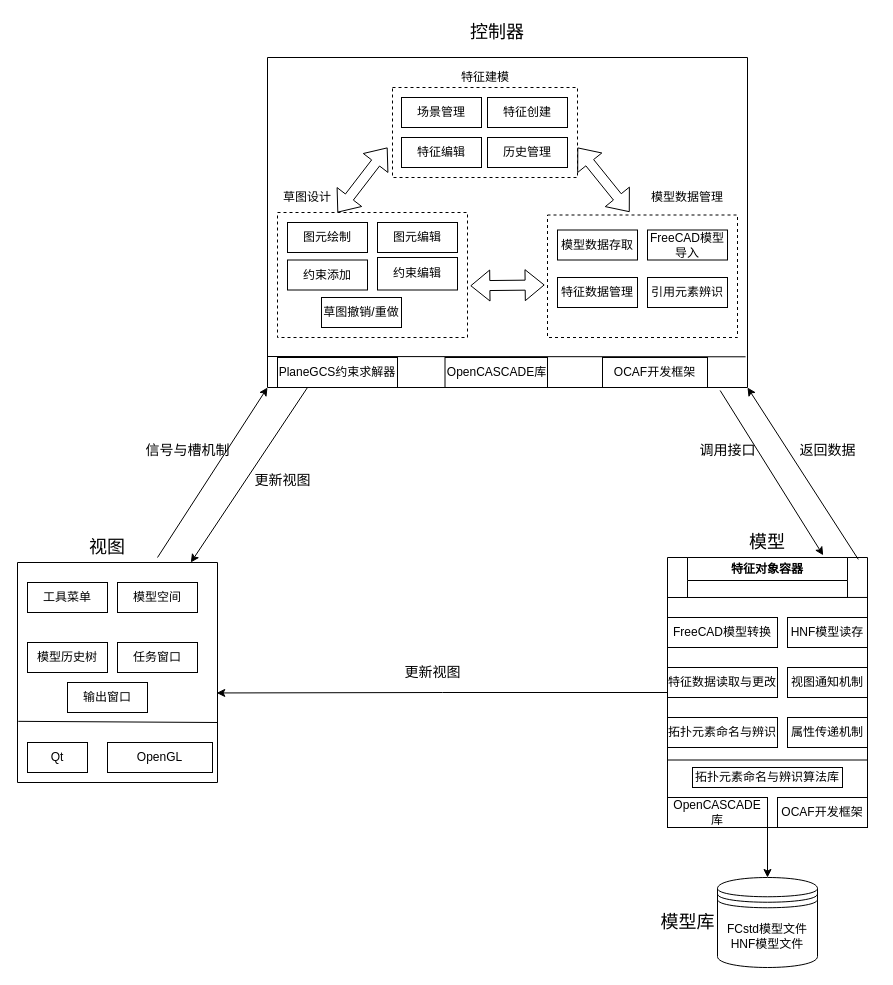
liuhuliuhu123/First-test keeps this draw.io diagram as MVC架构不分层.drawio. Above is the earlier version. Source tidied: cells renumbered, new cells numbered last; positions are measured from the earlier drawing's top-left corner, leaving out a move shared by most shapes. Both pictures are drawn from the tidied source at 100%, with x=0, y=0 at pixel (17, 17).
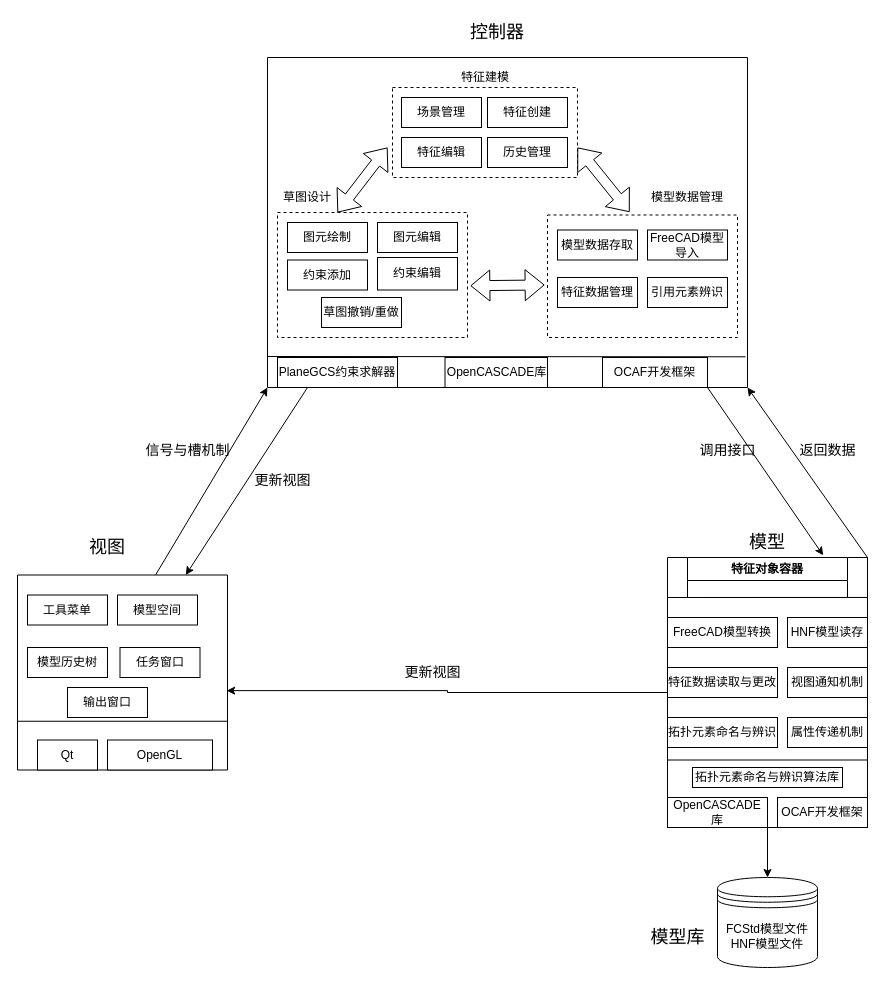
Above is the later version.

Commit message:
更新MVC架构不分层.drawio

Unchanged cells that the change refers to:
```xml
<mxCell id="10" style="swimlane;startSize=0;" parent="1" vertex="1">
  <mxGeometry x="250" y="40" width="480" height="330" as="geometry" />
</mxCell>
<mxCell id="33" value="OCAF开发框架" style="rounded=0;whiteSpace=wrap;html=1;" parent="10" vertex="1">
  <mxGeometry x="335" y="300" width="105" height="30" as="geometry" />
</mxCell>
<mxCell id="38" style="swimlane;startSize=0;" parent="1" vertex="1">
  <mxGeometry x="650" y="540" width="200" height="270" as="geometry" />
</mxCell>
<mxCell id="45" value="特征对象容器" style="swimlane;whiteSpace=wrap;html=1;" parent="38" vertex="1">
  <mxGeometry x="20" width="160" height="40" as="geometry" />
</mxCell>
<mxCell id="47" value="OpenCASCADE库" style="rounded=0;whiteSpace=wrap;html=1;" parent="38" vertex="1">
  <mxGeometry y="240" width="100" height="30" as="geometry" />
</mxCell>
```

Change to the diagram source:
```diff
@@
     <mxCell id="2" style="swimlane;startSize=0;" parent="1" vertex="1">
-      <mxGeometry y="545" width="200" height="220" as="geometry" />
+      <mxGeometry y="557.5" width="210" height="195" as="geometry" />
     </mxCell>
@@
     <mxCell id="5" value="模型历史树" style="rounded=0;whiteSpace=wrap;html=1;" parent="2" vertex="1">
-      <mxGeometry x="10" y="80" width="80" height="30" as="geometry" />
+      <mxGeometry x="10" y="72.5" width="80" height="30" as="geometry" />
     </mxCell>
     <mxCell id="6" value="任务窗口" style="rounded=0;whiteSpace=wrap;html=1;" parent="2" vertex="1">
-      <mxGeometry x="100" y="80" width="80" height="30" as="geometry" />
+      <mxGeometry x="102.5" y="72.5" width="80" height="30" as="geometry" />
     </mxCell>
     <mxCell id="7" value="输出窗口" style="rounded=0;whiteSpace=wrap;html=1;" parent="2" vertex="1">
-      <mxGeometry x="50" y="120" width="80" height="30" as="geometry" />
+      <mxGeometry x="50" y="112.5" width="80" height="30" as="geometry" />
     </mxCell>
     <mxCell id="8" value="Qt" style="rounded=0;whiteSpace=wrap;html=1;" parent="2" vertex="1">
-      <mxGeometry x="10" y="180" width="60" height="30" as="geometry" />
+      <mxGeometry x="20" y="165" width="60" height="30" as="geometry" />
     </mxCell>
     <mxCell id="9" value="OpenGL" style="rounded=0;whiteSpace=wrap;html=1;" parent="2" vertex="1">
-      <mxGeometry x="90" y="180" width="105" height="30" as="geometry" />
+      <mxGeometry x="90" y="165" width="105" height="30" as="geometry" />
     </mxCell>
@@
-    <mxCell id="37" style="edgeStyle=orthogonalEdgeStyle;rounded=0;jettySize=auto;html=1;exitX=0.5;exitY=1;exitDx=0;exitDy=0;entryX=0.5;entryY=0;entryDx=0;entryDy=0;" parent="1" edge="1" source="38" target="55">
+    <mxCell id="37" style="edgeStyle=orthogonalEdgeStyle;rounded=0;jettySize=auto;html=1;entryX=0.5;entryY=0;entryDx=0;entryDy=0;exitX=1;exitY=1;exitDx=0;exitDy=0;" parent="1" edge="1" source="47" target="55">
       <mxGeometry relative="1" as="geometry" />
     </mxCell>
@@
-    <mxCell id="49" style="endArrow=none;html=1;rounded=0;exitX=0.004;exitY=0.722;exitDx=0;exitDy=0;exitPerimeter=0;" parent="1" edge="1" source="2">
-      <mxGeometry relative="1" as="geometry">
-        <mxPoint x="200" y="705" as="targetPoint" />
-      </mxGeometry>
-    </mxCell>
@@
-    <mxCell id="55" value="FCstd模型文件&lt;br&gt;HNF模型文件" style="shape=datastore;whiteSpace=wrap;html=1;" parent="1" vertex="1">
+    <mxCell id="55" value="FCStd模型文件&lt;br&gt;HNF模型文件" style="shape=datastore;whiteSpace=wrap;html=1;" parent="1" vertex="1">
       <mxGeometry x="700" y="860" width="100" height="90" as="geometry" />
     </mxCell>
     <mxCell id="56" value="&lt;font style=&quot;font-size: 18px;&quot;&gt;模型库&lt;/font&gt;" style="text;html=1;align=center;verticalAlign=middle;strokeColor=none;fillColor=none;" parent="1" vertex="1">
-      <mxGeometry x="630" y="885" width="80" height="40" as="geometry" />
+      <mxGeometry x="620" y="900" width="80" height="40" as="geometry" />
     </mxCell>
@@
-    <mxCell id="60" style="endArrow=classic;html=1;rounded=0;entryX=1;entryY=1;entryDx=0;entryDy=0;exitX=0.954;exitY=0.007;exitDx=0;exitDy=0;exitPerimeter=0;" parent="1" edge="1" source="38" target="10">
+    <mxCell id="60" style="endArrow=classic;html=1;rounded=0;entryX=1;entryY=1;entryDx=0;entryDy=0;exitX=1;exitY=0;exitDx=0;exitDy=0;" parent="1" edge="1" source="38" target="10">
       <mxGeometry relative="1" as="geometry" />
     </mxCell>
-    <mxCell id="61" style="endArrow=classic;html=1;rounded=0;exitX=0.943;exitY=1.009;exitDx=0;exitDy=0;exitPerimeter=0;entryX=0.848;entryY=-0.055;entryDx=0;entryDy=0;entryPerimeter=0;" parent="1" edge="1" source="10" target="45">
+    <mxCell id="61" style="endArrow=classic;html=1;rounded=0;exitX=1;exitY=1;exitDx=0;exitDy=0;entryX=0.848;entryY=-0.055;entryDx=0;entryDy=0;entryPerimeter=0;" parent="1" edge="1" source="33" target="45">
       <mxGeometry relative="1" as="geometry" />
     </mxCell>
-    <mxCell id="62" style="endArrow=classic;html=1;rounded=0;entryX=0;entryY=1;entryDx=0;entryDy=0;" parent="1" edge="1" target="10">
-      <mxGeometry relative="1" as="geometry">
-        <mxPoint x="140" y="540" as="sourcePoint" />
-      </mxGeometry>
+    <mxCell id="62" style="endArrow=classic;html=1;rounded=0;entryX=0;entryY=1;entryDx=0;entryDy=0;exitX=0.658;exitY=-0.001;exitDx=0;exitDy=0;exitPerimeter=0;" parent="1" edge="1" source="2" target="10">
+      <mxGeometry relative="1" as="geometry" />
     </mxCell>
@@
+    <mxCell id="68" style="endArrow=none;html=1;rounded=0;entryX=1;entryY=0.75;entryDx=0;entryDy=0;exitX=0;exitY=0.75;exitDx=0;exitDy=0;" parent="1" edge="1" source="2" target="2">
+      <mxGeometry relative="1" as="geometry" />
+    </mxCell>
```
